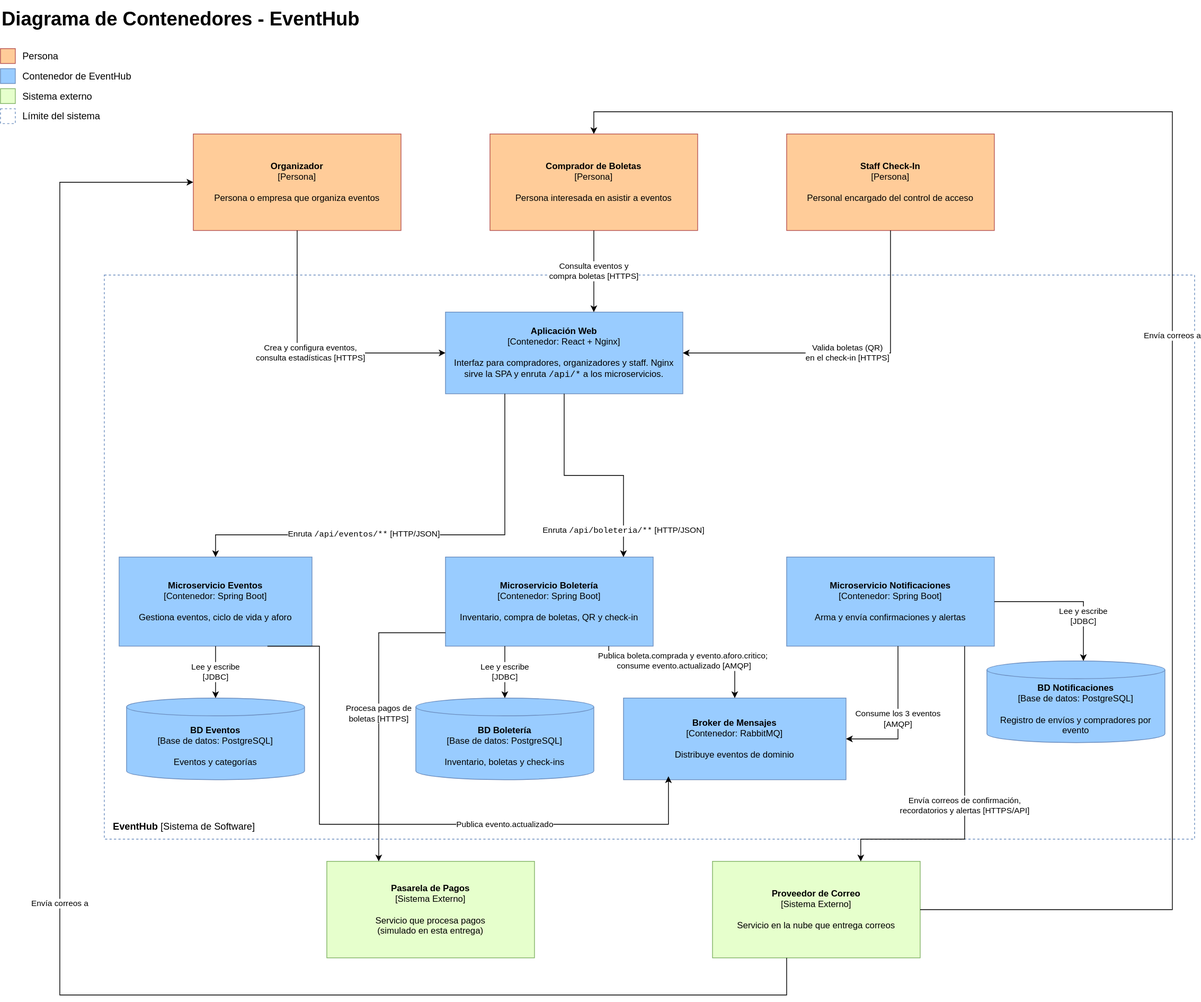
Before: docs/diagramas/c2-contenedores.svg, a diagram exported from draw.io (vargasesc17/EventHub). Source tidied: cells renumbered, new cells last; positions are measured from the earlier drawing's top-left corner, leaving out a move shared by most shapes.
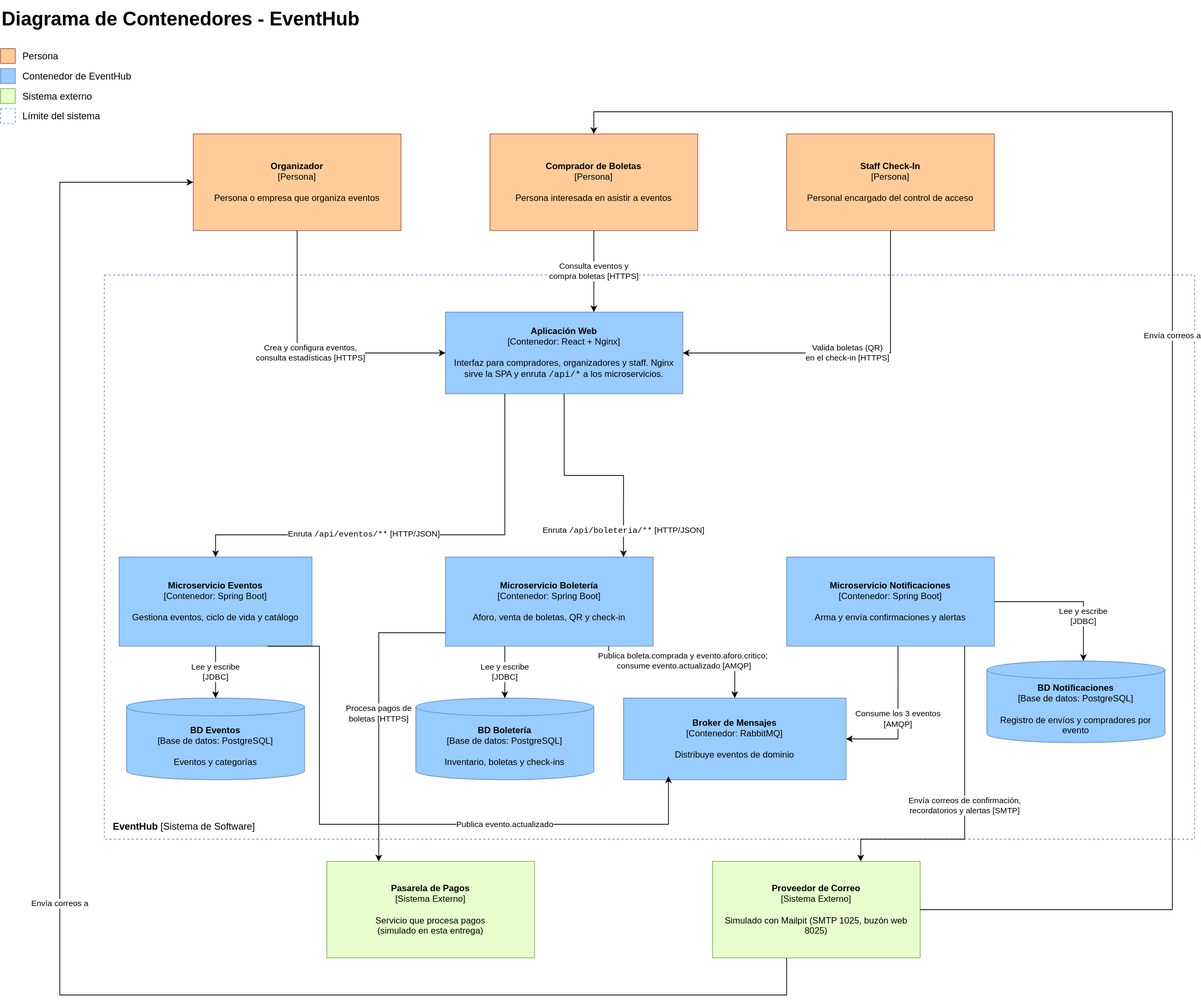
After the commit.

The edit, as a diff of the source:
```diff
@@ -44,10 +44,10 @@
     <mxCell id="15" value="&lt;b&gt;Aplicación Web&lt;/b&gt;&lt;br&gt;[Contenedor: React + Nginx]&lt;br&gt;&lt;br&gt;Interfaz para compradores, organizadores y staff. Nginx sirve la SPA y enruta &lt;code dir=&quot;ltr&quot;&gt;/api/*&lt;/code&gt; a los microservicios." style="rounded=0;whiteSpace=wrap;html=1;fillColor=#99CCFF;strokeColor=#6C8EBF;fontColor=#000000;fontSize=12;" parent="1" vertex="1">
       <mxGeometry x="600" y="420" width="320" height="110" as="geometry" />
     </mxCell>
-    <mxCell id="16" value="&lt;b&gt;Microservicio Eventos&lt;/b&gt;&lt;br&gt;[Contenedor: Spring Boot]&lt;br&gt;&lt;br&gt;Gestiona eventos, ciclo de vida y aforo" style="rounded=0;whiteSpace=wrap;html=1;fillColor=#99CCFF;strokeColor=#6C8EBF;fontColor=#000000;fontSize=12;" parent="1" vertex="1">
+    <mxCell id="16" value="&lt;b&gt;Microservicio Eventos&lt;/b&gt;&lt;br&gt;[Contenedor: Spring Boot]&lt;br&gt;&lt;br&gt;Gestiona eventos, ciclo de vida y catálogo" style="rounded=0;whiteSpace=wrap;html=1;fillColor=#99CCFF;strokeColor=#6C8EBF;fontColor=#000000;fontSize=12;" parent="1" vertex="1">
       <mxGeometry x="160" y="750" width="260" height="120" as="geometry" />
     </mxCell>
-    <mxCell id="17" value="&lt;b&gt;Microservicio Boletería&lt;/b&gt;&lt;br&gt;[Contenedor: Spring Boot]&lt;br&gt;&lt;br&gt;Inventario, compra de boletas, QR y check-in" style="rounded=0;whiteSpace=wrap;html=1;fillColor=#99CCFF;strokeColor=#6C8EBF;fontColor=#000000;fontSize=12;" parent="1" vertex="1">
+    <mxCell id="17" value="&lt;b&gt;Microservicio Boletería&lt;/b&gt;&lt;br&gt;[Contenedor: Spring Boot]&lt;br&gt;&lt;br&gt;Aforo, venta de boletas, QR y check-in" style="rounded=0;whiteSpace=wrap;html=1;fillColor=#99CCFF;strokeColor=#6C8EBF;fontColor=#000000;fontSize=12;" parent="1" vertex="1">
       <mxGeometry x="600" y="750" width="280" height="120" as="geometry" />
     </mxCell>
     <mxCell id="18" value="&lt;b&gt;Microservicio Notificaciones&lt;/b&gt;&lt;br&gt;[Contenedor: Spring Boot]&lt;br&gt;&lt;br&gt;Arma y envía confirmaciones y alertas" style="rounded=0;whiteSpace=wrap;html=1;fillColor=#99CCFF;strokeColor=#6C8EBF;fontColor=#000000;fontSize=12;" parent="1" vertex="1">
@@ -65,7 +65,7 @@
     <mxCell id="22" value="&lt;b&gt;Pasarela de Pagos&lt;/b&gt;&lt;br&gt;[Sistema Externo]&lt;br&gt;&lt;br&gt;Servicio que procesa pagos&lt;div&gt;(simulado en esta entrega)&lt;/div&gt;" style="rounded=0;whiteSpace=wrap;html=1;fillColor=#E6FFCC;strokeColor=#82B366;fontColor=#000000;fontSize=12;" parent="1" vertex="1">
       <mxGeometry x="440" y="1160" width="280" height="130" as="geometry" />
     </mxCell>
-    <mxCell id="23" value="&lt;b&gt;Proveedor de Correo&lt;/b&gt;&lt;br&gt;[Sistema Externo]&lt;br&gt;&lt;br&gt;Servicio en la nube que entrega correos" style="rounded=0;whiteSpace=wrap;html=1;fillColor=#E6FFCC;strokeColor=#82B366;fontColor=#000000;fontSize=12;" parent="1" vertex="1">
+    <mxCell id="23" value="&lt;b&gt;Proveedor de Correo&lt;/b&gt;&lt;br&gt;[Sistema Externo]&lt;br&gt;&lt;br&gt;Simulado con Mailpit (SMTP 1025, buzón web 8025)" style="rounded=0;whiteSpace=wrap;html=1;fillColor=#E6FFCC;strokeColor=#82B366;fontColor=#000000;fontSize=12;" parent="1" vertex="1">
       <mxGeometry x="960" y="1160" width="280" height="130" as="geometry" />
     </mxCell>
     <mxCell id="24" value="Crea y configura eventos,&lt;br&gt;consulta estadísticas [HTTPS]" style="edgeStyle=orthogonalEdgeStyle;rounded=0;html=1;strokeColor=default;fontColor=default;fontSize=11;labelBackgroundColor=default;endArrow=classic;exitX=0.5;exitY=1;exitDx=0;exitDy=0;entryX=0;entryY=0.5;entryDx=0;entryDy=0;" parent="1" edge="1" source="12" target="15">
@@ -133,7 +133,7 @@
         </Array>
       </mxGeometry>
     </mxCell>
-    <mxCell id="35" value="Envía correos de confirmación,&lt;br&gt;recordatorios y alertas [HTTPS/API]" style="edgeStyle=orthogonalEdgeStyle;rounded=0;html=1;strokeColor=default;fontColor=default;fontSize=11;labelBackgroundColor=default;endArrow=classic;exitX=0.857;exitY=1;exitDx=0;exitDy=0;entryX=0.714;entryY=0;entryDx=0;entryDy=0;" parent="1" edge="1" source="18" target="23">
+    <mxCell id="35" value="Envía correos de confirmación,&lt;br&gt;recordatorios y alertas [SMTP]" style="edgeStyle=orthogonalEdgeStyle;rounded=0;html=1;strokeColor=default;fontColor=default;fontSize=11;labelBackgroundColor=default;endArrow=classic;exitX=0.857;exitY=1;exitDx=0;exitDy=0;entryX=0.714;entryY=0;entryDx=0;entryDy=0;" parent="1" edge="1" source="18" target="23">
       <mxGeometry relative="1" as="geometry">
         <Array as="points">
           <mxPoint x="1300" y="1130" />
```
